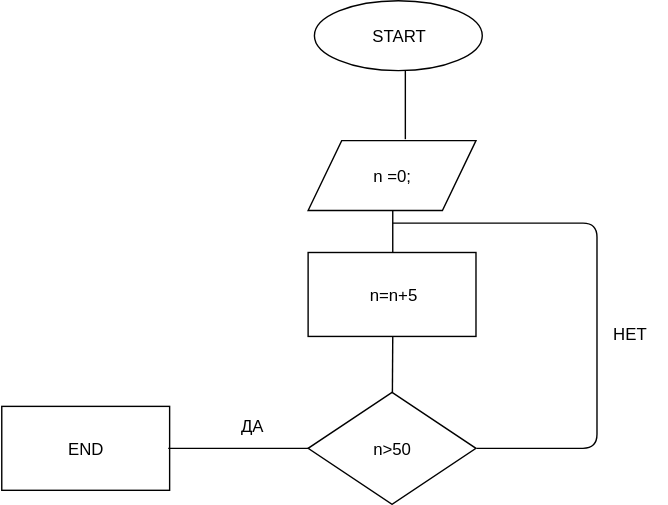
Above: scheme2.svg in Di-Shat/JS-lesson-01 (draw.io), before the change. Source tidied: cells renumbered, new cells last; positions are measured from the earlier drawing's top-left corner, leaving out a move shared by most shapes.
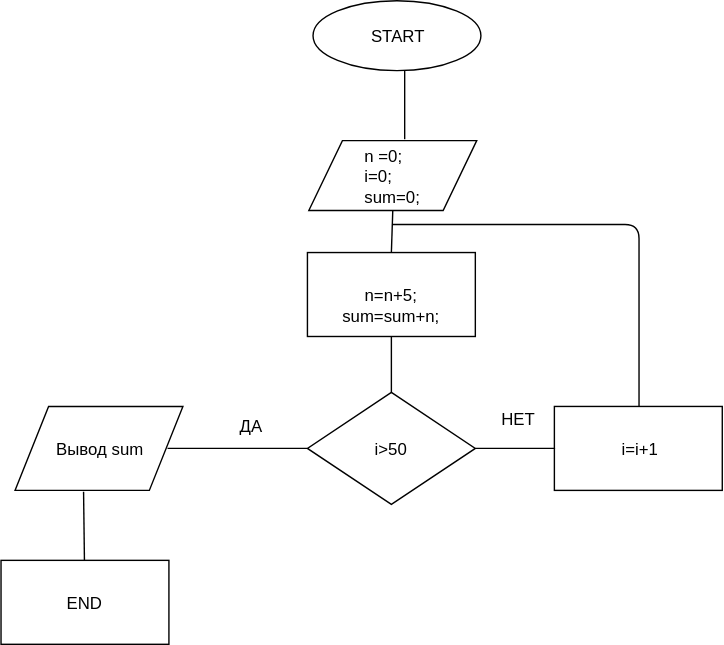
Later version of the same file.

Change to the diagram source:
```diff
@@ -3,51 +3,62 @@
     <mxCell id="0" />
     <mxCell id="1" parent="0" />
     <mxCell id="2" value="START" style="ellipse;whiteSpace=wrap;html=1;" parent="1" vertex="1">
-      <mxGeometry x="223.5" width="120" height="50" as="geometry" />
+      <mxGeometry x="189" y="-81" width="120" height="50" as="geometry" />
     </mxCell>
-    <mxCell id="3" value="&lt;div style=&quot;text-align: left&quot;&gt;&lt;span&gt;n =0;&lt;/span&gt;&lt;/div&gt;" style="shape=parallelogram;perimeter=parallelogramPerimeter;whiteSpace=wrap;html=1;" parent="1" vertex="1">
-      <mxGeometry x="219.5" y="100" width="120" height="50" as="geometry" />
-    </mxCell>
+    <mxCell id="14" value="&lt;div style=&quot;text-align: left&quot;&gt;&lt;span&gt;n =0;&lt;/span&gt;&lt;/div&gt;&lt;div style=&quot;text-align: left&quot;&gt;i=0;&lt;/div&gt;&lt;div style=&quot;text-align: left&quot;&gt;sum=0;&lt;/div&gt;" style="shape=parallelogram;perimeter=parallelogramPerimeter;whiteSpace=wrap;html=1;" parent="1" vertex="1">
+      <mxGeometry x="186" y="19" width="120" height="50" as="geometry" />
+    </mxCell>
     <mxCell id="4" value="END" style="rounded=0;whiteSpace=wrap;html=1;" parent="1" vertex="1">
-      <mxGeometry x="0.5" y="290" width="120" height="60" as="geometry" />
+      <mxGeometry x="-34" y="319" width="120" height="60" as="geometry" />
     </mxCell>
-    <mxCell id="5" value="n&amp;gt;50" style="rhombus;whiteSpace=wrap;html=1;" parent="1" vertex="1">
-      <mxGeometry x="219.5" y="280" width="120" height="80" as="geometry" />
-    </mxCell>
-    <mxCell id="6" style="endArrow=none;html=1;entryX=0.5;entryY=1;entryDx=0;entryDy=0;exitX=0.5;exitY=0;exitDx=0;exitDy=0;" parent="1" edge="1" source="7" target="3">
-      <mxGeometry relative="1" as="geometry" />
-    </mxCell>
-    <mxCell id="7" value="&lt;br&gt;n=n+5&lt;br&gt;&lt;br&gt;" style="rounded=0;whiteSpace=wrap;html=1;" parent="1" vertex="1">
-      <mxGeometry x="219.5" y="180" width="120" height="60" as="geometry" />
-    </mxCell>
-    <mxCell id="8" style="endArrow=none;html=1;entryX=0.5;entryY=1;entryDx=0;entryDy=0;" parent="1" edge="1" source="5" target="7">
-      <mxGeometry relative="1" as="geometry" />
-    </mxCell>
-    <mxCell id="9" style="endArrow=none;html=1;entryX=0;entryY=0.5;entryDx=0;entryDy=0;" parent="1" edge="1" target="5">
-      <mxGeometry relative="1" as="geometry">
-        <mxPoint x="119.5" y="320" as="sourcePoint" />
-      </mxGeometry>
-    </mxCell>
+    <mxCell id="15" value="i&amp;gt;50" style="rhombus;whiteSpace=wrap;html=1;" parent="1" vertex="1">
+      <mxGeometry x="185" y="199" width="120" height="80" as="geometry" />
+    </mxCell>
+    <mxCell id="16" style="endArrow=none;html=1;entryX=0.5;entryY=1;entryDx=0;entryDy=0;exitX=0.5;exitY=0;exitDx=0;exitDy=0;" parent="1" edge="1" source="17" target="14">
+      <mxGeometry relative="1" as="geometry" />
+    </mxCell>
+    <mxCell id="17" value="&lt;br&gt;n=n+5;&lt;br&gt;sum=sum+n;&lt;br&gt;" style="rounded=0;whiteSpace=wrap;html=1;" parent="1" vertex="1">
+      <mxGeometry x="185" y="99" width="120" height="60" as="geometry" />
+    </mxCell>
+    <mxCell id="18" style="endArrow=none;html=1;entryX=0.5;entryY=1;entryDx=0;entryDy=0;" parent="1" edge="1" source="15" target="17">
+      <mxGeometry relative="1" as="geometry" />
+    </mxCell>
+    <mxCell id="19" style="endArrow=none;html=1;entryX=0;entryY=0.5;entryDx=0;entryDy=0;" parent="1" edge="1" target="15">
+      <mxGeometry relative="1" as="geometry">
+        <mxPoint x="85" y="239" as="sourcePoint" />
+      </mxGeometry>
+    </mxCell>
     <mxCell id="10" value="НЕТ&lt;br&gt;&lt;br&gt;" style="text;html=1;align=left;verticalAlign=top;spacingTop=-4;" parent="1" vertex="1">
-      <mxGeometry x="436" y="229" width="40" height="30" as="geometry" />
+      <mxGeometry x="321.5" y="209" width="40" height="30" as="geometry" />
     </mxCell>
     <mxCell id="11" value="ДА&lt;br&gt;&lt;br&gt;" style="text;html=1;align=left;verticalAlign=top;spacingTop=-4;" parent="1" vertex="1">
-      <mxGeometry x="169.5" y="295" width="30" height="30" as="geometry" />
+      <mxGeometry x="135" y="214" width="30" height="30" as="geometry" />
     </mxCell>
-    <mxCell id="12" style="endArrow=none;html=1;" parent="1" edge="1">
-      <mxGeometry relative="1" as="geometry">
-        <mxPoint x="289" y="50" as="sourcePoint" />
-        <mxPoint x="289" y="99" as="targetPoint" />
-      </mxGeometry>
-    </mxCell>
-    <mxCell id="13" style="endArrow=none;html=1;entryX=1;entryY=0.5;entryDx=0;entryDy=0;" parent="1" edge="1" target="5">
-      <mxGeometry relative="1" as="geometry">
-        <mxPoint x="280" y="159" as="sourcePoint" />
-        <Array as="points">
-          <mxPoint x="426" y="159" />
-          <mxPoint x="426" y="320" />
-        </Array>
-      </mxGeometry>
-    </mxCell>
+    <mxCell id="20" style="endArrow=none;html=1;" parent="1" edge="1">
+      <mxGeometry relative="1" as="geometry">
+        <mxPoint x="254.5" y="-31" as="sourcePoint" />
+        <mxPoint x="254.5" y="18" as="targetPoint" />
+      </mxGeometry>
+    </mxCell>
+    <mxCell id="21" value="Вывод sum" style="shape=parallelogram;perimeter=parallelogramPerimeter;whiteSpace=wrap;html=1;" parent="1" vertex="1">
+      <mxGeometry x="-24" y="209" width="120" height="60" as="geometry" />
+    </mxCell>
+    <mxCell id="22" style="endArrow=none;html=1;entryX=0.408;entryY=1.017;entryDx=0;entryDy=0;entryPerimeter=0;" parent="1" edge="1" source="4" target="21">
+      <mxGeometry relative="1" as="geometry" />
+    </mxCell>
+    <mxCell id="23" value="i=i+1" style="rounded=0;whiteSpace=wrap;html=1;" parent="1" vertex="1">
+      <mxGeometry x="361.5" y="209" width="120" height="60" as="geometry" />
+    </mxCell>
+    <mxCell id="24" style="endArrow=none;html=1;entryX=1;entryY=0.5;entryDx=0;entryDy=0;exitX=0;exitY=0.5;exitDx=0;exitDy=0;" parent="1" edge="1" source="23" target="15">
+      <mxGeometry relative="1" as="geometry" />
+    </mxCell>
+    <mxCell id="25" style="endArrow=none;html=1;entryX=0.5;entryY=0;entryDx=0;entryDy=0;" parent="1" edge="1" target="23">
+      <mxGeometry relative="1" as="geometry">
+        <mxPoint x="246" y="79" as="sourcePoint" />
+        <Array as="points">
+          <mxPoint x="422" y="79" />
+        </Array>
+      </mxGeometry>
+    </mxCell>
   </root>
 </mxGraphModel>
```
